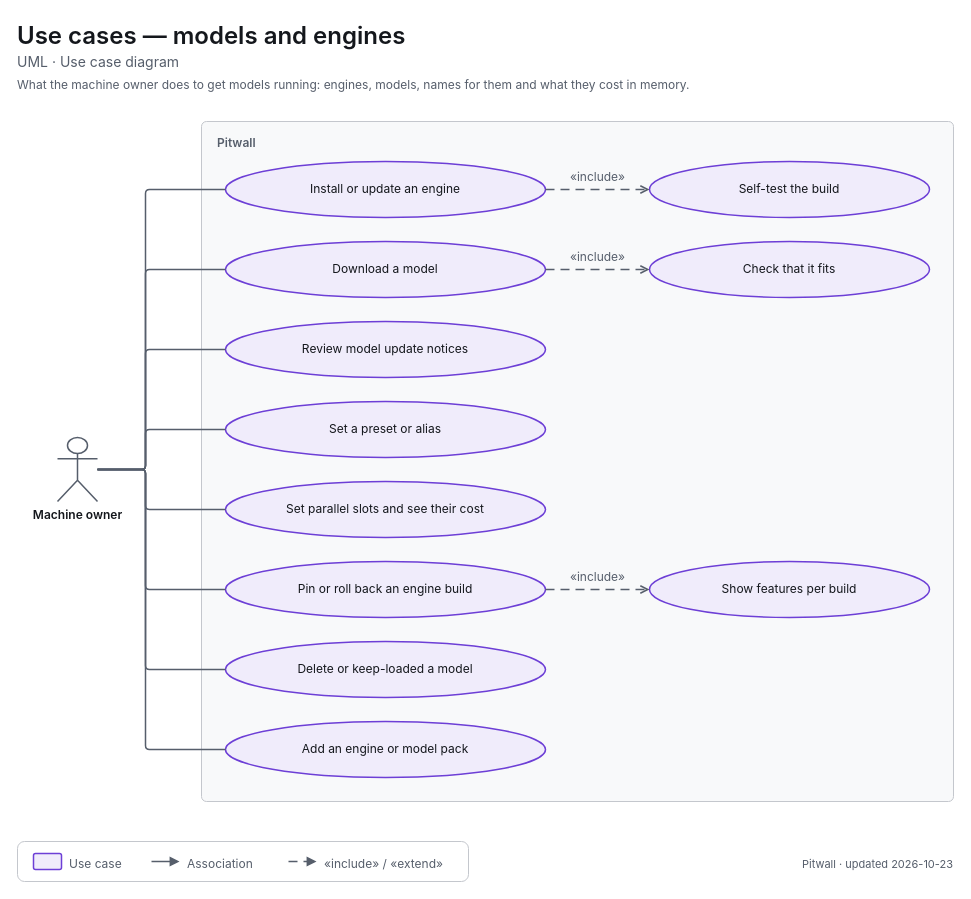
decryp7/paddock keeps this draw.io diagram as apps/pitwall/docs/diagrams/uml-use-cases-library.drawio. Above is the earlier version. Source tidied: cells renumbered, new cells numbered last; positions are measured from the earlier drawing's top-left corner, leaving out a move shared by most shapes. Both pictures are drawn from the tidied source at 100%, with x=0, y=0 at pixel (17, 17).
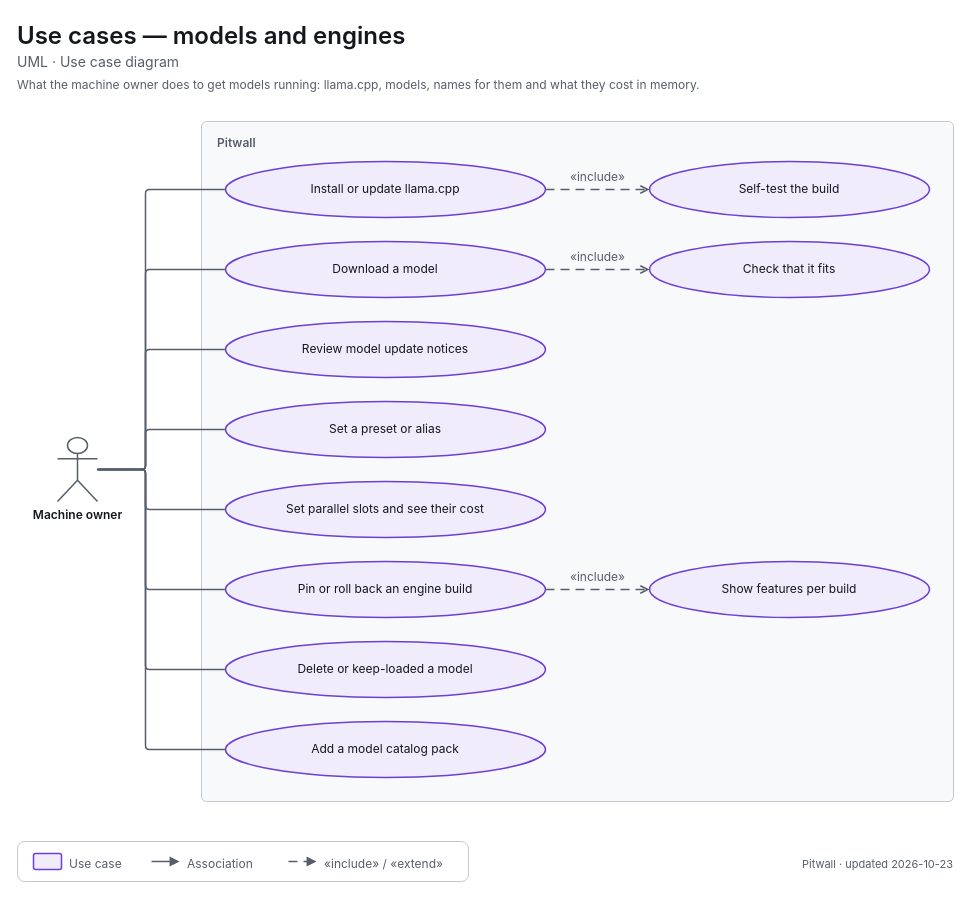
The same page after the edit.

What changed in the source:
```diff
@@
-    <mxCell id="4" value="&lt;span style=&quot;font-size:12px;font-weight:400&quot;&gt;What the machine owner does to get models running: engines, models, names for them and what they cost in memory.&lt;/span&gt;" style="html=1;whiteSpace=wrap;fontFamily=-apple-system,BlinkMacSystemFont,Segoe UI,system-ui,sans-serif;fontSize=12;fontColor=light-dark(#14171C,#ECEEF1);text;strokeColor=none;fillColor=none;align=left;verticalAlign=top;spacing=0;fontColor=light-dark(#565E6B,#A0A7B2);" parent="1" vertex="1">
+    <mxCell id="4" value="&lt;span style=&quot;font-size:12px;font-weight:400&quot;&gt;What the machine owner does to get models running: llama.cpp, models, names for them and what they cost in memory.&lt;/span&gt;" style="html=1;whiteSpace=wrap;fontFamily=-apple-system,BlinkMacSystemFont,Segoe UI,system-ui,sans-serif;fontSize=12;fontColor=light-dark(#14171C,#ECEEF1);text;strokeColor=none;fillColor=none;align=left;verticalAlign=top;spacing=0;fontColor=light-dark(#565E6B,#A0A7B2);" parent="1" vertex="1">
       <mxGeometry y="56" width="936" height="20" as="geometry" />
     </mxCell>
@@
-    <mxCell id="6" value="&lt;span style=&quot;font-size:12px&quot;&gt;Install or update an engine&lt;/span&gt;" style="html=1;whiteSpace=wrap;fontFamily=-apple-system,BlinkMacSystemFont,Segoe UI,system-ui,sans-serif;fontSize=12;fontColor=light-dark(#14171C,#ECEEF1);ellipse;strokeWidth=1.5;strokeColor=light-dark(#6D3FD6,#A58BFA);fillColor=light-dark(#F0ECFB,#2C2A3F);align=center;verticalAlign=middle;spacingLeft=24;spacingRight=24;" parent="1" vertex="1">
+    <mxCell id="6" value="&lt;span style=&quot;font-size:12px&quot;&gt;Install or update llama.cpp&lt;/span&gt;" style="html=1;whiteSpace=wrap;fontFamily=-apple-system,BlinkMacSystemFont,Segoe UI,system-ui,sans-serif;fontSize=12;fontColor=light-dark(#14171C,#ECEEF1);ellipse;strokeWidth=1.5;strokeColor=light-dark(#6D3FD6,#A58BFA);fillColor=light-dark(#F0ECFB,#2C2A3F);align=center;verticalAlign=middle;spacingLeft=24;spacingRight=24;" parent="1" vertex="1">
       <mxGeometry x="208" y="144" width="320" height="56" as="geometry" />
     </mxCell>
@@
-    <mxCell id="13" value="&lt;span style=&quot;font-size:12px&quot;&gt;Add an engine or model pack&lt;/span&gt;" style="html=1;whiteSpace=wrap;fontFamily=-apple-system,BlinkMacSystemFont,Segoe UI,system-ui,sans-serif;fontSize=12;fontColor=light-dark(#14171C,#ECEEF1);ellipse;strokeWidth=1.5;strokeColor=light-dark(#6D3FD6,#A58BFA);fillColor=light-dark(#F0ECFB,#2C2A3F);align=center;verticalAlign=middle;spacingLeft=24;spacingRight=24;" parent="1" vertex="1">
+    <mxCell id="13" value="&lt;span style=&quot;font-size:12px&quot;&gt;Add a model catalog pack&lt;/span&gt;" style="html=1;whiteSpace=wrap;fontFamily=-apple-system,BlinkMacSystemFont,Segoe UI,system-ui,sans-serif;fontSize=12;fontColor=light-dark(#14171C,#ECEEF1);ellipse;strokeWidth=1.5;strokeColor=light-dark(#6D3FD6,#A58BFA);fillColor=light-dark(#F0ECFB,#2C2A3F);align=center;verticalAlign=middle;spacingLeft=24;spacingRight=24;" parent="1" vertex="1">
       <mxGeometry x="208" y="704" width="320" height="56" as="geometry" />
     </mxCell>
```
